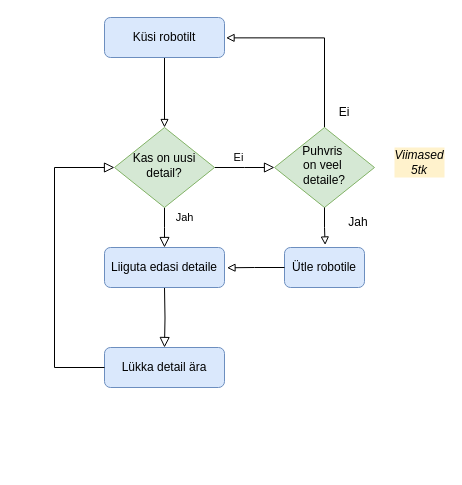
Before: Skeemid/Vooskeem.drawio in taunoe/etteande-automatiseerimine-2025, a draw.io diagram. Source tidied: cells renumbered, new cells numbered last; positions are measured from the earlier drawing's top-left corner, leaving out a move shared by most shapes. Both pictures are drawn from the tidied source at 100%, with x=0, y=0 at pixel (54, 17).
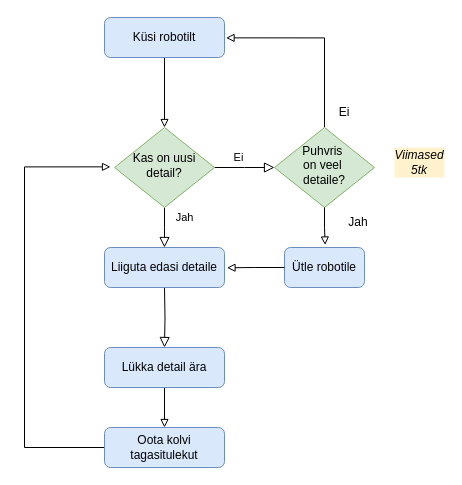
After the change.

Commit message (it also covers changes not shown here):
Kolvi limit switch

The change refers to these unchanged cells:
```xml
<mxCell id="4" value="Kas on uusi detail?" style="rhombus;whiteSpace=wrap;html=1;shadow=0;fontFamily=Helvetica;fontSize=12;align=center;strokeWidth=1;spacing=6;spacingTop=-4;fillColor=#d5e8d4;strokeColor=#82b366;" parent="1" vertex="1">
  <mxGeometry x="60" y="110" width="100" height="80" as="geometry" />
</mxCell>
<mxCell id="6" value="Lükka detail ära" style="rounded=1;whiteSpace=wrap;html=1;fontSize=12;glass=0;strokeWidth=1;shadow=0;fillColor=#dae8fc;strokeColor=#6c8ebf;" parent="1" vertex="1">
  <mxGeometry x="50" y="330" width="120" height="40" as="geometry" />
</mxCell>
```

Change to the diagram source:
```diff
@@
+    <mxCell id="19" style="edgeStyle=orthogonalEdgeStyle;rounded=0;jettySize=auto;html=1;entryX=0.5;entryY=0;entryDx=0;entryDy=0;endArrow=block;endFill=0;" parent="1" edge="1" source="6" target="21">
+      <mxGeometry relative="1" as="geometry" />
+    </mxCell>
@@
-    <mxCell id="8" style="rounded=0;html=1;jettySize=auto;fontSize=11;endArrow=block;endFill=0;endSize=8;strokeWidth=1;shadow=0;labelBackgroundColor=none;edgeStyle=orthogonalEdgeStyle;exitX=0;exitY=0.5;exitDx=0;exitDy=0;entryX=0;entryY=0.5;entryDx=0;entryDy=0;" parent="1" edge="1" source="6" target="4">
-      <mxGeometry x="0.33" y="20" relative="1" as="geometry">
-        <Array as="points">
-          <mxPoint y="350" />
-          <mxPoint y="150" />
-        </Array>
-      </mxGeometry>
-    </mxCell>
@@
+    <mxCell id="20" style="edgeStyle=orthogonalEdgeStyle;rounded=0;jettySize=auto;html=1;entryX=-0.04;entryY=0.492;entryDx=0;entryDy=0;entryPerimeter=0;endArrow=block;endFill=0;" parent="1" edge="1" source="21" target="4">
+      <mxGeometry relative="1" as="geometry">
+        <Array as="points">
+          <mxPoint x="-30" y="430" />
+          <mxPoint x="-30" y="149" />
+        </Array>
+      </mxGeometry>
+    </mxCell>
+    <mxCell id="21" value="Oota kolvi tagasitulekut" style="rounded=1;whiteSpace=wrap;html=1;fontSize=12;glass=0;strokeWidth=1;shadow=0;fillColor=#dae8fc;strokeColor=#6c8ebf;" parent="1" vertex="1">
+      <mxGeometry x="50" y="410" width="120" height="40" as="geometry" />
+    </mxCell>
```
